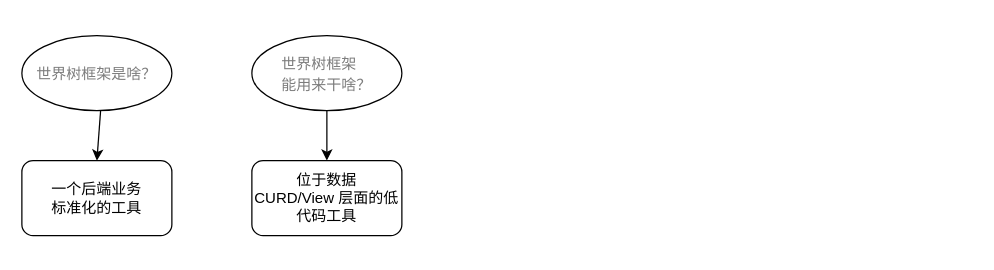
Before: page "Ygg Base" (7 of 7) of 结构分析.drawio in uiosun/diagrams, a draw.io diagram. Source tidied: cells renumbered, new cells numbered last; positions are measured from the earlier drawing's top-left corner, leaving out a move shared by most shapes. Both pictures are drawn from the tidied source at 125%, with x=0, y=0 at pixel (21, 35).
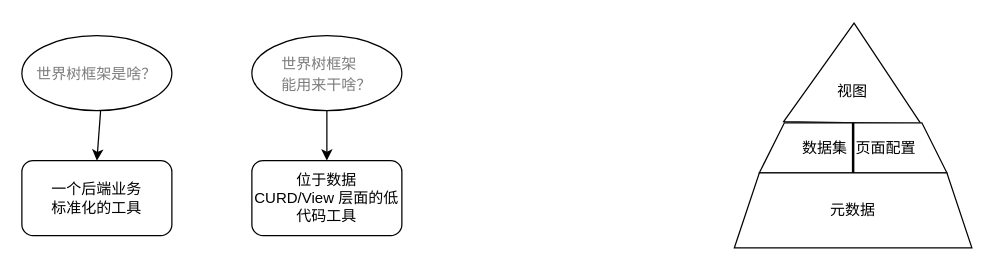
The same page after the edit.

What changed in the source:
```diff
@@
 <mxGraphModel>
   <root>
     <mxCell id="0" />
     <mxCell id="1" parent="0" />
     <mxCell id="2" style="edgeStyle=none;rounded=1;jettySize=auto;html=1;fontSize=12;fontColor=#7D7D7D;endArrow=classic;endFill=1;elbow=vertical;strokeColor=#000000;" parent="1" edge="1" source="3" target="4">
       <mxGeometry relative="1" as="geometry" />
     </mxCell>
     <mxCell id="3" value="&lt;span style=&quot;text-align: left;&quot;&gt;&lt;font style=&quot;font-size: 12px;&quot;&gt;世界树框架是啥？&lt;/font&gt;&lt;/span&gt;" style="ellipse;whiteSpace=wrap;html=1;fontSize=14;fontColor=#7D7D7D;strokeColor=#000000;" parent="1" vertex="1">
       <mxGeometry width="120" height="60" as="geometry" />
     </mxCell>
     <mxCell id="4" value="&lt;font color=&quot;#000000&quot;&gt;一个后端业务&lt;br&gt;标准化的工具&lt;/font&gt;" style="rounded=1;whiteSpace=wrap;html=1;fontSize=12;fontColor=#7D7D7D;strokeColor=#000000;" parent="1" vertex="1">
       <mxGeometry y="100" width="120" height="60" as="geometry" />
     </mxCell>
     <mxCell id="5" style="edgeStyle=none;rounded=1;jettySize=auto;html=1;fontSize=12;fontColor=#7D7D7D;endArrow=classic;endFill=1;elbow=vertical;strokeColor=#000000;" parent="1" edge="1" source="6" target="7">
       <mxGeometry relative="1" as="geometry" />
     </mxCell>
     <mxCell id="6" value="&lt;div style=&quot;text-align: left;&quot;&gt;&lt;span style=&quot;background-color: initial; font-size: 12px;&quot;&gt;世界树框架&lt;br&gt;能用来干啥？&lt;/span&gt;&lt;/div&gt;" style="ellipse;whiteSpace=wrap;html=1;fontSize=14;fontColor=#7D7D7D;strokeColor=#000000;" parent="1" vertex="1">
       <mxGeometry x="184" width="120" height="60" as="geometry" />
     </mxCell>
     <mxCell id="7" value="&lt;font color=&quot;#000000&quot;&gt;位于数据&lt;br&gt;CURD/View&amp;nbsp;层面的低代码工具&lt;/font&gt;" style="rounded=1;whiteSpace=wrap;html=1;fontSize=12;fontColor=#7D7D7D;strokeColor=#000000;" parent="1" vertex="1">
       <mxGeometry x="184" y="100" width="120" height="60" as="geometry" />
     </mxCell>
+    <mxCell id="8" value="&lt;br&gt;&lt;br&gt;视图" style="triangle;whiteSpace=wrap;html=1;rotation=1;direction=north;" parent="1" vertex="1">
+      <mxGeometry x="610.1" y="-10" width="109.9" height="79.7" as="geometry" />
+    </mxCell>
+    <mxCell id="9" value="&amp;nbsp; &amp;nbsp;数据集&amp;nbsp;&lt;b&gt;&amp;nbsp;&lt;/b&gt;页面配置" style="shape=trapezoid;perimeter=trapezoidPerimeter;whiteSpace=wrap;html=1;fixedSize=1;" parent="1" vertex="1">
+      <mxGeometry x="590" y="69.7" width="150" height="40" as="geometry" />
+    </mxCell>
+    <mxCell id="10" value="元数据" style="shape=trapezoid;perimeter=trapezoidPerimeter;whiteSpace=wrap;html=1;fixedSize=1;" parent="1" vertex="1">
+      <mxGeometry x="570" y="109.7" width="190" height="60" as="geometry" />
+    </mxCell>
+    <mxCell id="11" style="endArrow=none;html=1;strokeWidth=2;rounded=0;curved=1;elbow=vertical;entryX=0.5;entryY=0;entryDx=0;entryDy=0;exitX=0.5;exitY=1;exitDx=0;exitDy=0;" parent="1" edge="1" source="9" target="9">
+      <mxGeometry relative="1" as="geometry" />
+    </mxCell>
   </root>
 </mxGraphModel>
```
